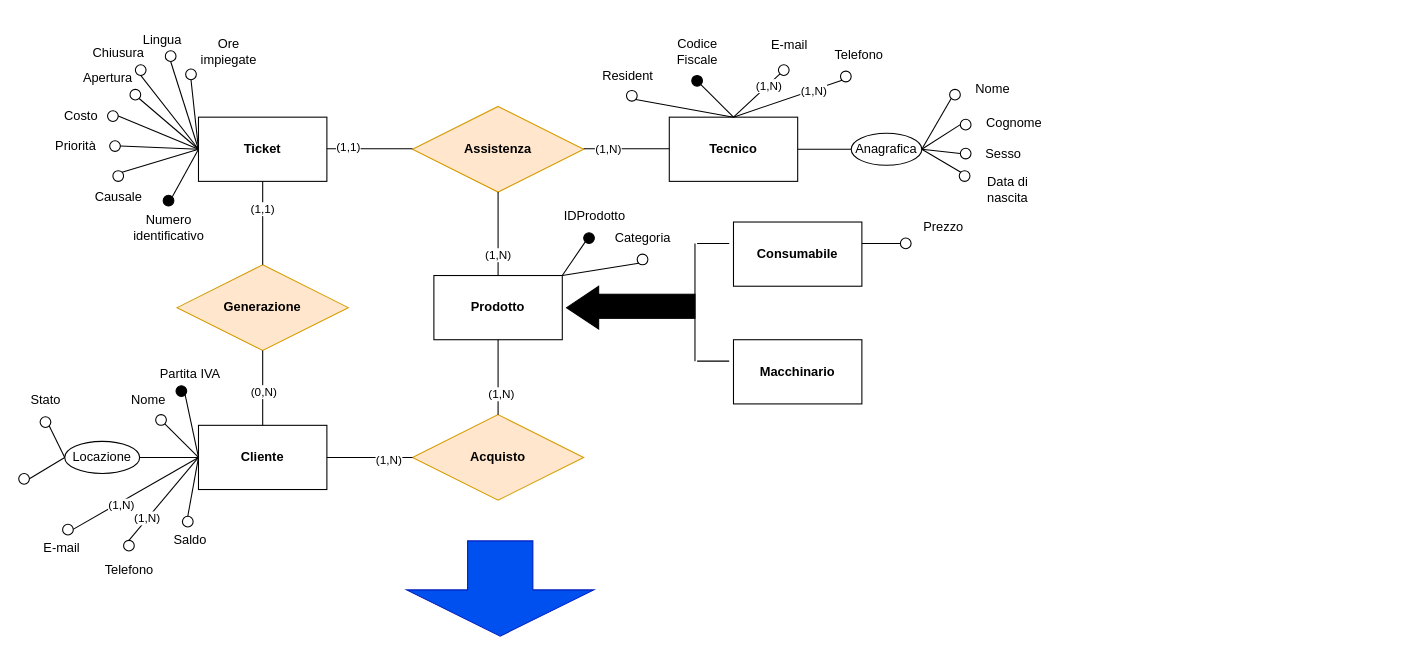
Before: Diagrammi/generalizzazione1.drawio in fedeStaffo/Progetto_Basi_di_dati, a draw.io diagram. Source tidied: cells renumbered, new cells numbered last; positions are measured from the earlier drawing's top-left corner, leaving out a move shared by most shapes. Both pictures are drawn from the tidied source at 107%, with x=0, y=0 at pixel (18, 24).
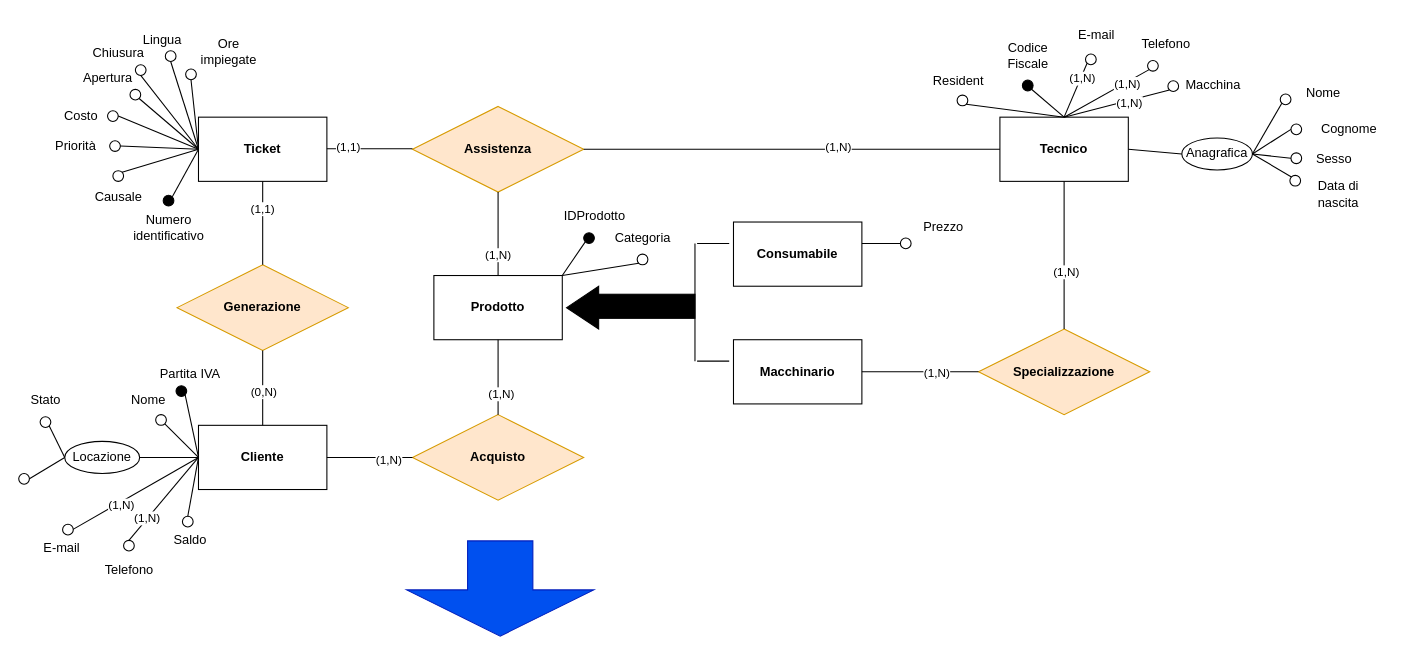
The same diagram, later.

The change refers to these unchanged cells:
```xml
<mxCell id="8" value="&lt;b&gt;Assistenza&lt;/b&gt;" style="rhombus;whiteSpace=wrap;html=1;fillColor=#ffe6cc;strokeColor=#d79b00;" parent="1" vertex="1">
  <mxGeometry x="368" y="77" width="160" height="80" as="geometry" />
</mxCell>
<mxCell id="37" value="&lt;b&gt;Macchinario&lt;/b&gt;" style="rounded=0;whiteSpace=wrap;html=1;" parent="1" vertex="1">
  <mxGeometry x="668" y="295" width="120" height="60" as="geometry" />
</mxCell>
```

What changed in the source:
```diff
@@
-    <mxCell id="4" value="&lt;b&gt;Tecnico&lt;/b&gt;" style="rounded=0;whiteSpace=wrap;html=1;" parent="1" vertex="1">
-      <mxGeometry x="608" y="87" width="120" height="60" as="geometry" />
-    </mxCell>
@@
-    <mxCell id="11" style="endArrow=none;html=1;rounded=0;" parent="1" edge="1">
-      <mxGeometry relative="1" as="geometry">
-        <mxPoint x="528" y="116.5" as="sourcePoint" />
-        <mxPoint x="608" y="116.5" as="targetPoint" />
-      </mxGeometry>
-    </mxCell>
-    <mxCell id="12" value="(1,N)" style="edgeLabel;html=1;align=center;verticalAlign=middle;" parent="11" vertex="1">
-      <mxGeometry x="-0.45" relative="1" as="geometry" />
-    </mxCell>
@@
-    <mxCell id="39" style="ellipse;whiteSpace=wrap;html=1;fillColor=#000000;" parent="1" vertex="1">
-      <mxGeometry x="629" y="48" width="10" height="10" as="geometry" />
-    </mxCell>
-    <mxCell id="40" style="ellipse;whiteSpace=wrap;html=1;" parent="1" vertex="1">
-      <mxGeometry x="870" y="61" width="10" height="10" as="geometry" />
-    </mxCell>
-    <mxCell id="41" style="ellipse;whiteSpace=wrap;html=1;" parent="1" vertex="1">
-      <mxGeometry x="880" y="89" width="10" height="10" as="geometry" />
-    </mxCell>
-    <mxCell id="42" value="Codice&lt;br&gt;Fiscale" style="text;html=1;align=center;verticalAlign=middle;strokeColor=none;fillColor=none;" parent="1" vertex="1">
-      <mxGeometry x="604" y="6" width="60" height="40" as="geometry" />
-    </mxCell>
-    <mxCell id="43" value="Nome" style="text;html=1;align=center;verticalAlign=middle;strokeColor=none;fillColor=none;" parent="1" vertex="1">
-      <mxGeometry x="880" y="46" width="60" height="30" as="geometry" />
-    </mxCell>
-    <mxCell id="44" value="Anagrafica" style="ellipse;whiteSpace=wrap;html=1;" parent="1" vertex="1">
-      <mxGeometry x="778" y="102" width="66" height="30" as="geometry" />
-    </mxCell>
-    <mxCell id="45" value="Cognome" style="text;html=1;align=center;verticalAlign=middle;strokeColor=none;fillColor=none;" parent="1" vertex="1">
-      <mxGeometry x="890" y="78" width="80" height="30" as="geometry" />
-    </mxCell>
-    <mxCell id="46" value="Sesso" style="text;html=1;align=center;verticalAlign=middle;strokeColor=none;fillColor=none;" parent="1" vertex="1">
-      <mxGeometry x="890" y="107" width="60" height="30" as="geometry" />
-    </mxCell>
-    <mxCell id="47" style="ellipse;whiteSpace=wrap;html=1;" parent="1" vertex="1">
-      <mxGeometry x="880" y="116" width="10" height="10" as="geometry" />
-    </mxCell>
-    <mxCell id="48" style="ellipse;whiteSpace=wrap;html=1;" parent="1" vertex="1">
-      <mxGeometry x="879" y="137" width="10" height="10" as="geometry" />
-    </mxCell>
-    <mxCell id="49" value="Data di&lt;br&gt;nascita" style="text;html=1;align=center;verticalAlign=middle;strokeColor=none;fillColor=none;" parent="1" vertex="1">
-      <mxGeometry x="894" y="135" width="60" height="40" as="geometry" />
-    </mxCell>
-    <mxCell id="50" style="ellipse;whiteSpace=wrap;html=1;" parent="1" vertex="1">
-      <mxGeometry x="568" y="62" width="10" height="10" as="geometry" />
-    </mxCell>
-    <mxCell id="51" value="Resident" style="text;html=1;align=center;verticalAlign=middle;strokeColor=none;fillColor=none;" parent="1" vertex="1">
-      <mxGeometry x="534" y="34" width="70" height="30" as="geometry" />
-    </mxCell>
-    <mxCell id="52" style="ellipse;whiteSpace=wrap;html=1;" parent="1" vertex="1">
-      <mxGeometry x="710" y="38" width="10" height="10" as="geometry" />
-    </mxCell>
-    <mxCell id="53" value="E-mail" style="text;html=1;align=center;verticalAlign=middle;strokeColor=none;fillColor=none;" parent="1" vertex="1">
-      <mxGeometry x="690" y="5" width="60" height="30" as="geometry" />
-    </mxCell>
-    <mxCell id="54" value="Telefono" style="text;html=1;align=center;verticalAlign=middle;strokeColor=none;fillColor=none;" parent="1" vertex="1">
-      <mxGeometry x="750" y="13.5" width="70" height="30" as="geometry" />
-    </mxCell>
-    <mxCell id="55" style="ellipse;whiteSpace=wrap;html=1;" parent="1" vertex="1">
-      <mxGeometry x="768" y="44" width="10" height="10" as="geometry" />
-    </mxCell>
-    <mxCell id="56" style="endArrow=none;html=1;rounded=0;entryX=1;entryY=1;entryDx=0;entryDy=0;exitX=0.5;exitY=0;exitDx=0;exitDy=0;" parent="1" edge="1" source="4" target="50">
-      <mxGeometry relative="1" as="geometry" />
-    </mxCell>
-    <mxCell id="57" style="endArrow=none;html=1;rounded=0;entryX=1;entryY=1;entryDx=0;entryDy=0;exitX=0.5;exitY=0;exitDx=0;exitDy=0;" parent="1" edge="1" source="4" target="39">
-      <mxGeometry relative="1" as="geometry" />
-    </mxCell>
-    <mxCell id="58" style="endArrow=none;html=1;rounded=0;entryX=0;entryY=1;entryDx=0;entryDy=0;exitX=0.5;exitY=0;exitDx=0;exitDy=0;" parent="1" edge="1" source="4" target="52">
-      <mxGeometry relative="1" as="geometry" />
-    </mxCell>
-    <mxCell id="59" value="(1,N)" style="edgeLabel;html=1;align=center;verticalAlign=middle;" parent="58" vertex="1">
-      <mxGeometry x="0.47" y="-1" relative="1" as="geometry" />
-    </mxCell>
-    <mxCell id="60" style="endArrow=none;html=1;rounded=0;entryX=0;entryY=1;entryDx=0;entryDy=0;exitX=0.5;exitY=0;exitDx=0;exitDy=0;" parent="1" edge="1" source="4" target="55">
-      <mxGeometry relative="1" as="geometry" />
-    </mxCell>
-    <mxCell id="61" value="(1,N)" style="edgeLabel;html=1;align=center;verticalAlign=middle;" parent="60" vertex="1">
-      <mxGeometry x="0.48" relative="1" as="geometry">
-        <mxPoint y="1" as="offset" />
-      </mxGeometry>
-    </mxCell>
-    <mxCell id="62" style="endArrow=none;html=1;rounded=0;entryX=0;entryY=0.5;entryDx=0;entryDy=0;exitX=1;exitY=0.5;exitDx=0;exitDy=0;" parent="1" edge="1" source="4" target="44">
-      <mxGeometry relative="1" as="geometry" />
-    </mxCell>
-    <mxCell id="63" style="endArrow=none;html=1;rounded=0;entryX=0;entryY=1;entryDx=0;entryDy=0;exitX=1;exitY=0.5;exitDx=0;exitDy=0;" parent="1" edge="1" source="44" target="40">
-      <mxGeometry relative="1" as="geometry" />
-    </mxCell>
-    <mxCell id="64" style="endArrow=none;html=1;rounded=0;entryX=0;entryY=0.5;entryDx=0;entryDy=0;exitX=1;exitY=0.5;exitDx=0;exitDy=0;" parent="1" edge="1" source="44" target="41">
-      <mxGeometry relative="1" as="geometry" />
-    </mxCell>
-    <mxCell id="65" style="endArrow=none;html=1;rounded=0;entryX=0;entryY=0.5;entryDx=0;entryDy=0;exitX=1;exitY=0.5;exitDx=0;exitDy=0;" parent="1" edge="1" source="44" target="47">
-      <mxGeometry relative="1" as="geometry" />
-    </mxCell>
-    <mxCell id="66" style="endArrow=none;html=1;rounded=0;entryX=0;entryY=0;entryDx=0;entryDy=0;exitX=1;exitY=0.5;exitDx=0;exitDy=0;" parent="1" edge="1" source="44" target="48">
-      <mxGeometry relative="1" as="geometry" />
-    </mxCell>
@@
+    <mxCell id="4" value="&lt;b&gt;Tecnico&lt;/b&gt;" style="rounded=0;whiteSpace=wrap;html=1;" parent="1" vertex="1">
+      <mxGeometry x="917" y="87" width="120" height="60" as="geometry" />
+    </mxCell>
+    <mxCell id="116" style="ellipse;whiteSpace=wrap;html=1;fillColor=#000000;" parent="1" vertex="1">
+      <mxGeometry x="938" y="52.4" width="10" height="10" as="geometry" />
+    </mxCell>
+    <mxCell id="117" style="ellipse;whiteSpace=wrap;html=1;" parent="1" vertex="1">
+      <mxGeometry x="1179" y="65.4" width="10" height="10" as="geometry" />
+    </mxCell>
+    <mxCell id="118" style="ellipse;whiteSpace=wrap;html=1;" parent="1" vertex="1">
+      <mxGeometry x="1189" y="93.4" width="10" height="10" as="geometry" />
+    </mxCell>
+    <mxCell id="42" value="Codice&lt;br&gt;Fiscale" style="text;html=1;align=center;verticalAlign=middle;strokeColor=none;fillColor=none;" parent="1" vertex="1">
+      <mxGeometry x="913" y="10.4" width="60" height="40" as="geometry" />
+    </mxCell>
+    <mxCell id="43" value="Nome" style="text;html=1;align=center;verticalAlign=middle;strokeColor=none;fillColor=none;" parent="1" vertex="1">
+      <mxGeometry x="1189" y="50.4" width="60" height="30" as="geometry" />
+    </mxCell>
+    <mxCell id="44" value="Anagrafica" style="ellipse;whiteSpace=wrap;html=1;" parent="1" vertex="1">
+      <mxGeometry x="1087" y="106.4" width="66" height="30" as="geometry" />
+    </mxCell>
+    <mxCell id="45" value="Cognome" style="text;html=1;align=center;verticalAlign=middle;strokeColor=none;fillColor=none;" parent="1" vertex="1">
+      <mxGeometry x="1203" y="83.4" width="80" height="30" as="geometry" />
+    </mxCell>
+    <mxCell id="46" value="Sesso" style="text;html=1;align=center;verticalAlign=middle;strokeColor=none;fillColor=none;" parent="1" vertex="1">
+      <mxGeometry x="1199" y="111.4" width="60" height="30" as="geometry" />
+    </mxCell>
+    <mxCell id="119" style="ellipse;whiteSpace=wrap;html=1;" parent="1" vertex="1">
+      <mxGeometry x="1189" y="120.4" width="10" height="10" as="geometry" />
+    </mxCell>
+    <mxCell id="120" style="ellipse;whiteSpace=wrap;html=1;" parent="1" vertex="1">
+      <mxGeometry x="1188" y="141.4" width="10" height="10" as="geometry" />
+    </mxCell>
+    <mxCell id="49" value="Data di&lt;br&gt;nascita" style="text;html=1;align=center;verticalAlign=middle;strokeColor=none;fillColor=none;" parent="1" vertex="1">
+      <mxGeometry x="1203" y="139.4" width="60" height="40" as="geometry" />
+    </mxCell>
+    <mxCell id="121" style="ellipse;whiteSpace=wrap;html=1;" parent="1" vertex="1">
+      <mxGeometry x="877" y="66.4" width="10" height="10" as="geometry" />
+    </mxCell>
+    <mxCell id="51" value="Resident" style="text;html=1;align=center;verticalAlign=middle;strokeColor=none;fillColor=none;" parent="1" vertex="1">
+      <mxGeometry x="843" y="38.4" width="70" height="30" as="geometry" />
+    </mxCell>
+    <mxCell id="122" style="ellipse;whiteSpace=wrap;html=1;" parent="1" vertex="1">
+      <mxGeometry x="997" y="28" width="10" height="10" as="geometry" />
+    </mxCell>
+    <mxCell id="53" value="E-mail" style="text;html=1;align=center;verticalAlign=middle;strokeColor=none;fillColor=none;" parent="1" vertex="1">
+      <mxGeometry x="977" y="-5" width="60" height="30" as="geometry" />
+    </mxCell>
+    <mxCell id="54" value="Telefono" style="text;html=1;align=center;verticalAlign=middle;strokeColor=none;fillColor=none;" parent="1" vertex="1">
+      <mxGeometry x="1037" y="3.5" width="70" height="30" as="geometry" />
+    </mxCell>
+    <mxCell id="123" style="ellipse;whiteSpace=wrap;html=1;" parent="1" vertex="1">
+      <mxGeometry x="1055" y="34" width="10" height="10" as="geometry" />
+    </mxCell>
+    <mxCell id="124" style="endArrow=none;html=1;rounded=0;entryX=1;entryY=1;entryDx=0;entryDy=0;exitX=0.5;exitY=0;exitDx=0;exitDy=0;" parent="1" edge="1" source="4" target="121">
+      <mxGeometry relative="1" as="geometry" />
+    </mxCell>
+    <mxCell id="125" style="endArrow=none;html=1;rounded=0;entryX=1;entryY=1;entryDx=0;entryDy=0;exitX=0.5;exitY=0;exitDx=0;exitDy=0;" parent="1" edge="1" source="4" target="116">
+      <mxGeometry relative="1" as="geometry" />
+    </mxCell>
+    <mxCell id="126" style="endArrow=none;html=1;rounded=0;entryX=0;entryY=1;entryDx=0;entryDy=0;exitX=0.5;exitY=0;exitDx=0;exitDy=0;" parent="1" edge="1" source="4" target="122">
+      <mxGeometry relative="1" as="geometry" />
+    </mxCell>
+    <mxCell id="127" value="(1,N)" style="edgeLabel;html=1;align=center;verticalAlign=middle;" parent="126" vertex="1">
+      <mxGeometry x="0.47" y="-1" relative="1" as="geometry" />
+    </mxCell>
+    <mxCell id="128" style="endArrow=none;html=1;rounded=0;entryX=0;entryY=1;entryDx=0;entryDy=0;exitX=0.5;exitY=0;exitDx=0;exitDy=0;" parent="1" edge="1" source="4" target="123">
+      <mxGeometry relative="1" as="geometry" />
+    </mxCell>
+    <mxCell id="129" value="(1,N)" style="edgeLabel;html=1;align=center;verticalAlign=middle;" parent="128" vertex="1">
+      <mxGeometry x="0.48" relative="1" as="geometry">
+        <mxPoint y="1" as="offset" />
+      </mxGeometry>
+    </mxCell>
+    <mxCell id="62" style="endArrow=none;html=1;rounded=0;entryX=0;entryY=0.5;entryDx=0;entryDy=0;exitX=1;exitY=0.5;exitDx=0;exitDy=0;" parent="1" edge="1" source="4" target="44">
+      <mxGeometry relative="1" as="geometry" />
+    </mxCell>
+    <mxCell id="130" style="endArrow=none;html=1;rounded=0;entryX=0;entryY=1;entryDx=0;entryDy=0;exitX=1;exitY=0.5;exitDx=0;exitDy=0;" parent="1" edge="1" source="44" target="117">
+      <mxGeometry relative="1" as="geometry" />
+    </mxCell>
+    <mxCell id="131" style="endArrow=none;html=1;rounded=0;entryX=0;entryY=0.5;entryDx=0;entryDy=0;exitX=1;exitY=0.5;exitDx=0;exitDy=0;" parent="1" edge="1" source="44" target="118">
+      <mxGeometry relative="1" as="geometry" />
+    </mxCell>
+    <mxCell id="132" style="endArrow=none;html=1;rounded=0;entryX=0;entryY=0.5;entryDx=0;entryDy=0;exitX=1;exitY=0.5;exitDx=0;exitDy=0;" parent="1" edge="1" source="44" target="119">
+      <mxGeometry relative="1" as="geometry" />
+    </mxCell>
+    <mxCell id="133" style="endArrow=none;html=1;rounded=0;entryX=0;entryY=0;entryDx=0;entryDy=0;exitX=1;exitY=0.5;exitDx=0;exitDy=0;" parent="1" edge="1" source="44" target="120">
+      <mxGeometry relative="1" as="geometry" />
+    </mxCell>
+    <mxCell id="134" style="ellipse;whiteSpace=wrap;html=1;" parent="1" vertex="1">
+      <mxGeometry x="1074" y="53" width="10" height="10" as="geometry" />
+    </mxCell>
+    <mxCell id="135" value="Macchina" style="text;html=1;align=center;verticalAlign=middle;strokeColor=none;fillColor=none;" parent="1" vertex="1">
+      <mxGeometry x="1081" y="44" width="69" height="26" as="geometry" />
+    </mxCell>
+    <mxCell id="136" style="endArrow=none;html=1;rounded=0;entryX=0;entryY=1;entryDx=0;entryDy=0;exitX=0.5;exitY=0;exitDx=0;exitDy=0;" parent="1" edge="1" source="4" target="134">
+      <mxGeometry relative="1" as="geometry" />
+    </mxCell>
+    <mxCell id="137" value="(1,N)" style="edgeLabel;html=1;align=center;verticalAlign=middle;" parent="136" vertex="1">
+      <mxGeometry x="0.22" y="-2" relative="1" as="geometry" />
+    </mxCell>
+    <mxCell id="138" value="&lt;b&gt;Specializzazione&lt;/b&gt;" style="rhombus;whiteSpace=wrap;html=1;fillColor=#ffe6cc;strokeColor=#d79b00;" parent="1" vertex="1">
+      <mxGeometry x="897" y="285" width="160" height="80" as="geometry" />
+    </mxCell>
+    <mxCell id="139" style="endArrow=none;html=1;rounded=0;exitX=1;exitY=0.5;exitDx=0;exitDy=0;" parent="1" edge="1" source="37" target="138">
+      <mxGeometry relative="1" as="geometry" />
+    </mxCell>
+    <mxCell id="140" value="(1,N)" style="edgeLabel;html=1;align=center;verticalAlign=middle;" parent="139" vertex="1">
+      <mxGeometry x="0.42" relative="1" as="geometry">
+        <mxPoint x="-8" as="offset" />
+      </mxGeometry>
+    </mxCell>
+    <mxCell id="141" style="endArrow=none;html=1;rounded=0;entryX=0.5;entryY=1;entryDx=0;entryDy=0;" parent="1" edge="1" source="138" target="4">
+      <mxGeometry relative="1" as="geometry" />
+    </mxCell>
+    <mxCell id="142" value="(1,N)" style="edgeLabel;html=1;align=center;verticalAlign=middle;" parent="141" vertex="1">
+      <mxGeometry x="-0.22" y="-1" relative="1" as="geometry" />
+    </mxCell>
+    <mxCell id="143" style="endArrow=none;html=1;rounded=0;entryX=0;entryY=0.5;entryDx=0;entryDy=0;exitX=1;exitY=0.5;exitDx=0;exitDy=0;" parent="1" edge="1" source="8" target="4">
+      <mxGeometry relative="1" as="geometry" />
+    </mxCell>
+    <mxCell id="144" value="(1,N)" style="edgeLabel;html=1;align=center;verticalAlign=middle;" parent="143" vertex="1">
+      <mxGeometry x="0.22" y="3" relative="1" as="geometry" />
+    </mxCell>
```
